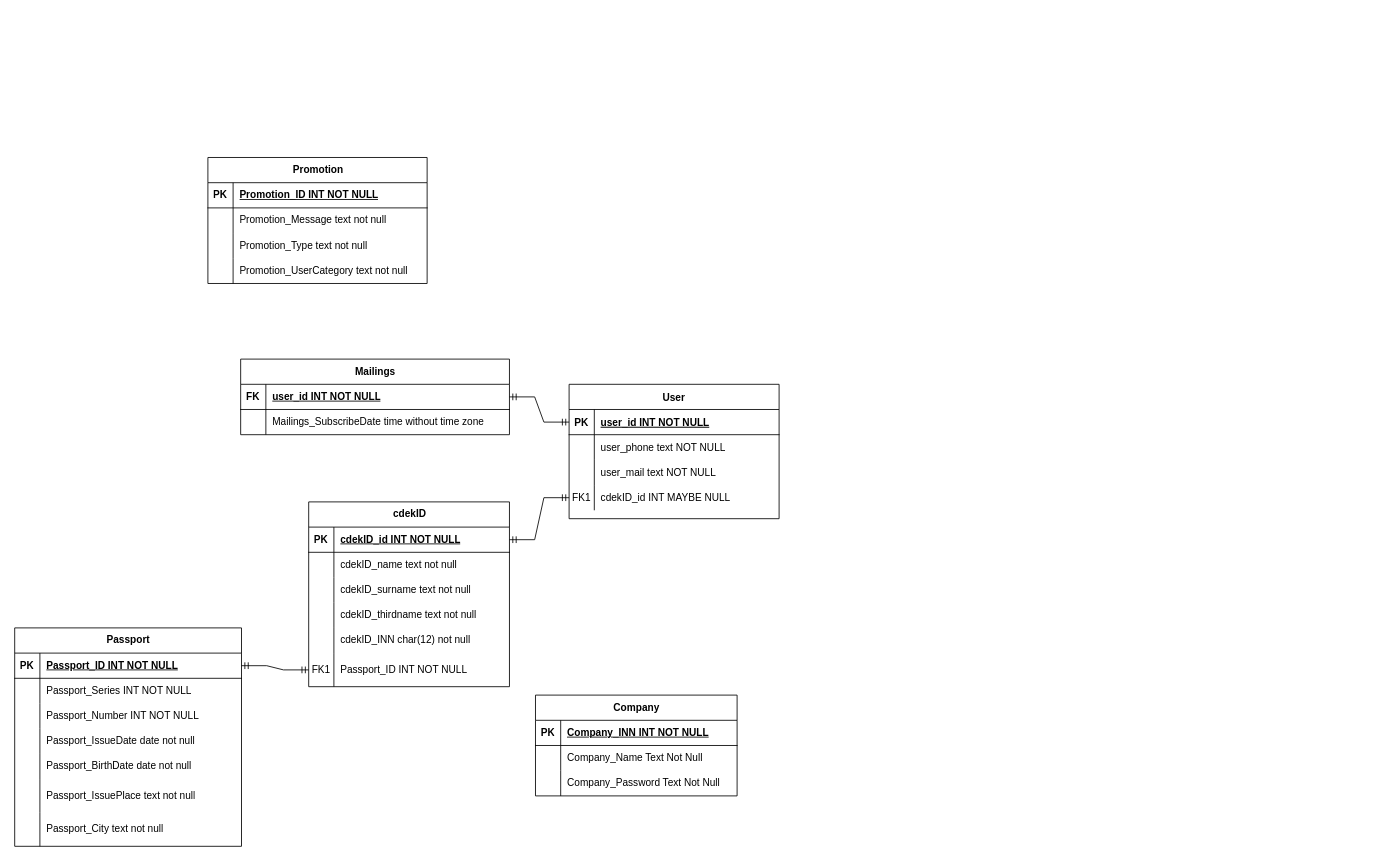
Before: CDEK ER.drawio in krbyhome/UMLdiagrams, a draw.io diagram. Source tidied: cells renumbered, new cells numbered last; positions are measured from the earlier drawing's top-left corner, leaving out a move shared by most shapes. Both pictures are drawn from the tidied source at 84%, with x=0, y=0 at pixel (14, 157).
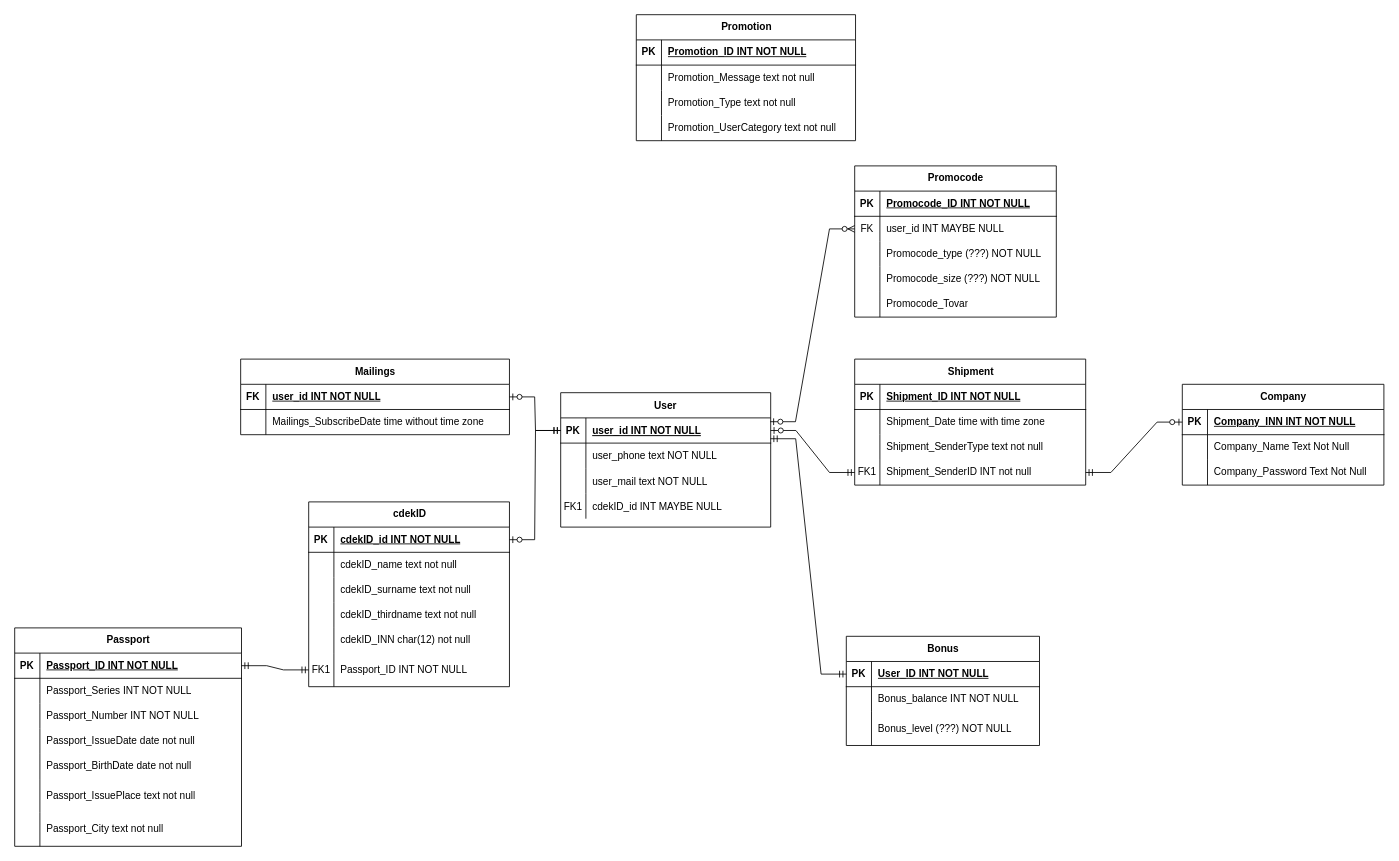
After the change.

The change refers to these unchanged cells:
```xml
<mxCell id="3" style="shape=partialRectangle;fillColor=none;points=[[0,0.5],[1,0.5]];portConstraint=eastwest;top=0;left=0;right=0;bottom=1;" parent="2" vertex="1">
  <mxGeometry y="30" width="250" height="30" as="geometry" />
</mxCell>
<mxCell id="12" style="shape=partialRectangle;fillColor=none;points=[[0,0.5],[1,0.5]];portConstraint=eastwest;top=0;left=0;right=0;bottom=0;" parent="2" vertex="1">
  <mxGeometry y="120" width="250" height="30" as="geometry" />
</mxCell>
<mxCell id="17" style="shape=tableRow;horizontal=0;startSize=0;swimlaneHead=0;swimlaneBody=0;fillColor=none;points=[[0,0.5],[1,0.5]];portConstraint=eastwest;top=0;left=0;right=0;bottom=1;" parent="16" vertex="1">
  <mxGeometry y="30" width="239" height="30" as="geometry" />
</mxCell>
<mxCell id="59" style="shape=tableRow;horizontal=0;startSize=0;swimlaneHead=0;swimlaneBody=0;fillColor=none;points=[[0,0.5],[1,0.5]];portConstraint=eastwest;top=0;left=0;right=0;bottom=1;" parent="58" vertex="1">
  <mxGeometry y="30" width="240" height="30" as="geometry" />
</mxCell>
<mxCell id="69" style="shape=tableRow;horizontal=0;startSize=0;swimlaneHead=0;swimlaneBody=0;fillColor=none;points=[[0,0.5],[1,0.5]];portConstraint=eastwest;top=0;left=0;right=0;bottom=1;" parent="68" vertex="1">
  <mxGeometry y="30" width="320" height="30" as="geometry" />
</mxCell>
```

Diff of the diagram source:
```diff
@@
     <mxCell id="2" value="User" style="shape=table;startSize=30;childLayout=tableLayout;rowLines=0;fontStyle=1;align=center;" parent="1" vertex="1">
-      <mxGeometry x="660" y="270" width="250" height="160" as="geometry" />
+      <mxGeometry x="650" y="280" width="250" height="160" as="geometry" />
     </mxCell>
@@
-    <mxCell id="15" style="edgeStyle=entityRelationEdgeStyle;fontSize=12;html=1;endArrow=ERmandOne;startArrow=ERmandOne;rounded=0;entryX=0;entryY=0.5;entryDx=0;entryDy=0;exitX=1;exitY=0.5;exitDx=0;exitDy=0;" parent="1" edge="1" source="17" target="12">
-      <mxGeometry relative="1" as="geometry" />
-    </mxCell>
@@
     <mxCell id="58" value="Company" style="shape=table;startSize=30;childLayout=tableLayout;rowLines=0;fontStyle=1;align=center;html=1;" parent="1" vertex="1">
-      <mxGeometry x="620" y="640" width="240" height="120" as="geometry" />
+      <mxGeometry x="1390" y="270" width="240" height="120" as="geometry" />
     </mxCell>
@@
-    <mxCell id="75" style="edgeStyle=entityRelationEdgeStyle;fontSize=12;html=1;endArrow=ERmandOne;startArrow=ERmandOne;rounded=0;entryX=0;entryY=0.5;entryDx=0;entryDy=0;exitX=1;exitY=0.5;exitDx=0;exitDy=0;" parent="1" edge="1" source="69" target="3">
-      <mxGeometry relative="1" as="geometry" />
-    </mxCell>
     <mxCell id="76" value="Promotion" style="shape=table;startSize=30;childLayout=tableLayout;rowLines=0;fontStyle=1;align=center;html=1;" parent="1" vertex="1">
-      <mxGeometry x="230" width="261" height="150" as="geometry" />
+      <mxGeometry x="740" y="-170" width="261" height="150" as="geometry" />
     </mxCell>
@@
+    <mxCell id="89" value="Promocode" style="shape=table;startSize=30;childLayout=tableLayout;rowLines=0;fontStyle=1;align=center;html=1;" parent="1" vertex="1">
+      <mxGeometry x="1000" y="10" width="240" height="180" as="geometry" />
+    </mxCell>
+    <mxCell id="90" style="shape=tableRow;horizontal=0;startSize=0;swimlaneHead=0;swimlaneBody=0;fillColor=none;top=0;left=0;right=0;bottom=1;" parent="89" vertex="1">
+      <mxGeometry y="30" width="240" height="30" as="geometry" />
+    </mxCell>
+    <mxCell id="91" value="PK" style="shape=partialRectangle;fillColor=none;top=0;left=0;bottom=0;right=0;fontStyle=1;overflow=hidden;whiteSpace=wrap;html=1;" parent="90" vertex="1">
+      <mxGeometry width="30" height="30" as="geometry" />
+    </mxCell>
+    <mxCell id="92" value="Promocode_ID INT NOT NULL" style="shape=partialRectangle;fillColor=none;top=0;left=0;bottom=0;right=0;align=left;spacingLeft=6;fontStyle=5;overflow=hidden;whiteSpace=wrap;html=1;" parent="90" vertex="1">
+      <mxGeometry x="30" width="210" height="30" as="geometry" />
+    </mxCell>
+    <mxCell id="93" style="shape=tableRow;horizontal=0;startSize=0;swimlaneHead=0;swimlaneBody=0;fillColor=none;points=[[0,0.5],[1,0.5]];portConstraint=eastwest;top=0;left=0;right=0;bottom=0;" parent="89" vertex="1">
+      <mxGeometry y="60" width="240" height="30" as="geometry" />
+    </mxCell>
+    <mxCell id="94" value="FK" style="shape=partialRectangle;fillColor=none;top=0;left=0;bottom=0;right=0;overflow=hidden;whiteSpace=wrap;html=1;" parent="93" vertex="1">
+      <mxGeometry width="30" height="30" as="geometry" />
+    </mxCell>
+    <mxCell id="95" value="user_id INT MAYBE NULL" style="shape=partialRectangle;fillColor=none;top=0;left=0;bottom=0;right=0;align=left;spacingLeft=6;overflow=hidden;whiteSpace=wrap;html=1;" parent="93" vertex="1">
+      <mxGeometry x="30" width="210" height="30" as="geometry" />
+    </mxCell>
+    <mxCell id="96" style="shape=tableRow;horizontal=0;startSize=0;swimlaneHead=0;swimlaneBody=0;fillColor=none;top=0;left=0;right=0;bottom=0;" parent="89" vertex="1">
+      <mxGeometry y="90" width="240" height="30" as="geometry" />
+    </mxCell>
+    <mxCell id="97" style="shape=partialRectangle;fillColor=none;top=0;left=0;bottom=0;right=0;overflow=hidden;whiteSpace=wrap;html=1;" parent="96" vertex="1">
+      <mxGeometry width="30" height="30" as="geometry" />
+    </mxCell>
+    <mxCell id="98" value="Promocode_type (???) NOT NULL" style="shape=partialRectangle;fillColor=none;top=0;left=0;bottom=0;right=0;align=left;spacingLeft=6;overflow=hidden;whiteSpace=wrap;html=1;" parent="96" vertex="1">
+      <mxGeometry x="30" width="210" height="30" as="geometry" />
+    </mxCell>
+    <mxCell id="99" style="shape=tableRow;horizontal=0;startSize=0;swimlaneHead=0;swimlaneBody=0;fillColor=none;top=0;left=0;right=0;bottom=0;" parent="89" vertex="1">
+      <mxGeometry y="120" width="240" height="30" as="geometry" />
+    </mxCell>
+    <mxCell id="100" style="shape=partialRectangle;fillColor=none;top=0;left=0;bottom=0;right=0;overflow=hidden;whiteSpace=wrap;html=1;" parent="99" vertex="1">
+      <mxGeometry width="30" height="30" as="geometry" />
+    </mxCell>
+    <mxCell id="101" value="Promocode_size (???) NOT NULL" style="shape=partialRectangle;fillColor=none;top=0;left=0;bottom=0;right=0;align=left;spacingLeft=6;overflow=hidden;whiteSpace=wrap;html=1;" parent="99" vertex="1">
+      <mxGeometry x="30" width="210" height="30" as="geometry" />
+    </mxCell>
+    <mxCell id="102" style="shape=tableRow;horizontal=0;startSize=0;swimlaneHead=0;swimlaneBody=0;fillColor=none;top=0;left=0;right=0;bottom=0;" parent="89" vertex="1">
+      <mxGeometry y="150" width="240" height="30" as="geometry" />
+    </mxCell>
+    <mxCell id="103" style="shape=partialRectangle;fillColor=none;top=0;left=0;bottom=0;right=0;overflow=hidden;whiteSpace=wrap;html=1;" parent="102" vertex="1">
+      <mxGeometry width="30" height="30" as="geometry" />
+    </mxCell>
+    <mxCell id="104" value="Promocode_Tovar" style="shape=partialRectangle;fillColor=none;top=0;left=0;bottom=0;right=0;align=left;spacingLeft=6;overflow=hidden;whiteSpace=wrap;html=1;" parent="102" vertex="1">
+      <mxGeometry x="30" width="210" height="30" as="geometry" />
+    </mxCell>
+    <mxCell id="105" style="edgeStyle=entityRelationEdgeStyle;fontSize=12;html=1;endArrow=ERzeroToMany;startArrow=ERzeroToOne;rounded=0;exitX=0.998;exitY=0.151;exitDx=0;exitDy=0;entryX=0;entryY=0.5;entryDx=0;entryDy=0;exitPerimeter=0;" parent="1" edge="1" source="3" target="93">
+      <mxGeometry relative="1" as="geometry">
+        <Array as="points">
+          <mxPoint x="920" y="305" />
+          <mxPoint x="1060" y="425" />
+          <mxPoint x="1110" y="365" />
+        </Array>
+      </mxGeometry>
+    </mxCell>
+    <mxCell id="106" value="Bonus" style="shape=table;startSize=30;childLayout=tableLayout;rowLines=0;fontStyle=1;align=center;html=1;" parent="1" vertex="1">
+      <mxGeometry x="990" y="570" width="230" height="130" as="geometry" />
+    </mxCell>
+    <mxCell id="107" style="shape=tableRow;horizontal=0;startSize=0;swimlaneHead=0;swimlaneBody=0;fillColor=none;points=[[0,0.5],[1,0.5]];portConstraint=eastwest;top=0;left=0;right=0;bottom=1;" parent="106" vertex="1">
+      <mxGeometry y="30" width="230" height="30" as="geometry" />
+    </mxCell>
+    <mxCell id="108" value="PK" style="shape=partialRectangle;fillColor=none;top=0;left=0;bottom=0;right=0;fontStyle=1;overflow=hidden;whiteSpace=wrap;html=1;" parent="107" vertex="1">
+      <mxGeometry width="30" height="30" as="geometry" />
+    </mxCell>
+    <mxCell id="109" value="User_ID INT NOT NULL" style="shape=partialRectangle;fillColor=none;top=0;left=0;bottom=0;right=0;align=left;spacingLeft=6;fontStyle=5;overflow=hidden;whiteSpace=wrap;html=1;" parent="107" vertex="1">
+      <mxGeometry x="30" width="200" height="30" as="geometry" />
+    </mxCell>
+    <mxCell id="110" style="shape=tableRow;horizontal=0;startSize=0;swimlaneHead=0;swimlaneBody=0;fillColor=none;top=0;left=0;right=0;bottom=0;" parent="106" vertex="1">
+      <mxGeometry y="60" width="230" height="30" as="geometry" />
+    </mxCell>
+    <mxCell id="111" style="shape=partialRectangle;fillColor=none;top=0;left=0;bottom=0;right=0;overflow=hidden;whiteSpace=wrap;html=1;" parent="110" vertex="1">
+      <mxGeometry width="30" height="30" as="geometry" />
+    </mxCell>
+    <mxCell id="112" value="Bonus_balance INT NOT NULL" style="shape=partialRectangle;fillColor=none;top=0;left=0;bottom=0;right=0;align=left;spacingLeft=6;overflow=hidden;whiteSpace=wrap;html=1;" parent="110" vertex="1">
+      <mxGeometry x="30" width="200" height="30" as="geometry" />
+    </mxCell>
+    <mxCell id="113" style="shape=tableRow;horizontal=0;startSize=0;swimlaneHead=0;swimlaneBody=0;fillColor=none;top=0;left=0;right=0;bottom=0;" parent="106" vertex="1">
+      <mxGeometry y="90" width="230" height="40" as="geometry" />
+    </mxCell>
+    <mxCell id="114" style="shape=partialRectangle;fillColor=none;top=0;left=0;bottom=0;right=0;overflow=hidden;whiteSpace=wrap;html=1;" parent="113" vertex="1">
+      <mxGeometry width="30" height="40" as="geometry" />
+    </mxCell>
+    <mxCell id="115" value="Bonus_level (???) NOT NULL" style="shape=partialRectangle;fillColor=none;top=0;left=0;bottom=0;right=0;align=left;spacingLeft=6;overflow=hidden;whiteSpace=wrap;html=1;" parent="113" vertex="1">
+      <mxGeometry x="30" width="200" height="40" as="geometry" />
+    </mxCell>
+    <mxCell id="116" style="edgeStyle=entityRelationEdgeStyle;fontSize=12;html=1;endArrow=ERmandOne;startArrow=ERmandOne;rounded=0;entryX=0;entryY=0.5;entryDx=0;entryDy=0;exitX=0.999;exitY=0.827;exitDx=0;exitDy=0;exitPerimeter=0;" parent="1" edge="1" source="3" target="107">
+      <mxGeometry relative="1" as="geometry" />
+    </mxCell>
+    <mxCell id="117" style="edgeStyle=entityRelationEdgeStyle;fontSize=12;html=1;endArrow=ERzeroToOne;startArrow=ERmandOne;rounded=0;entryX=1;entryY=0.5;entryDx=0;entryDy=0;exitX=0;exitY=0.5;exitDx=0;exitDy=0;" parent="1" edge="1" source="3" target="17">
+      <mxGeometry relative="1" as="geometry" />
+    </mxCell>
+    <mxCell id="118" style="edgeStyle=entityRelationEdgeStyle;fontSize=12;html=1;endArrow=ERzeroToOne;startArrow=ERmandOne;rounded=0;entryX=1;entryY=0.5;entryDx=0;entryDy=0;exitX=0;exitY=0.5;exitDx=0;exitDy=0;" parent="1" edge="1" source="3" target="69">
+      <mxGeometry relative="1" as="geometry" />
+    </mxCell>
+    <mxCell id="119" value="Shipment" style="shape=table;startSize=30;childLayout=tableLayout;rowLines=0;fontStyle=1;align=center;html=1;" parent="1" vertex="1">
+      <mxGeometry x="1000" y="240" width="275" height="150" as="geometry" />
+    </mxCell>
+    <mxCell id="120" style="shape=tableRow;horizontal=0;startSize=0;swimlaneHead=0;swimlaneBody=0;fillColor=none;top=0;left=0;right=0;bottom=1;" parent="119" vertex="1">
+      <mxGeometry y="30" width="275" height="30" as="geometry" />
+    </mxCell>
+    <mxCell id="121" value="PK" style="shape=partialRectangle;fillColor=none;top=0;left=0;bottom=0;right=0;fontStyle=1;overflow=hidden;whiteSpace=wrap;html=1;" parent="120" vertex="1">
+      <mxGeometry width="30" height="30" as="geometry" />
+    </mxCell>
+    <mxCell id="122" value="Shipment_ID INT NOT NULL" style="shape=partialRectangle;fillColor=none;top=0;left=0;bottom=0;right=0;align=left;spacingLeft=6;fontStyle=5;overflow=hidden;whiteSpace=wrap;html=1;" parent="120" vertex="1">
+      <mxGeometry x="30" width="245" height="30" as="geometry" />
+    </mxCell>
+    <mxCell id="123" style="shape=tableRow;horizontal=0;startSize=0;swimlaneHead=0;swimlaneBody=0;fillColor=none;top=0;left=0;right=0;bottom=0;" parent="119" vertex="1">
+      <mxGeometry y="60" width="275" height="30" as="geometry" />
+    </mxCell>
+    <mxCell id="124" style="shape=partialRectangle;fillColor=none;top=0;left=0;bottom=0;right=0;overflow=hidden;whiteSpace=wrap;html=1;" parent="123" vertex="1">
+      <mxGeometry width="30" height="30" as="geometry" />
+    </mxCell>
+    <mxCell id="125" value="Shipment_Date time with time zone" style="shape=partialRectangle;fillColor=none;top=0;left=0;bottom=0;right=0;align=left;spacingLeft=6;overflow=hidden;whiteSpace=wrap;html=1;" parent="123" vertex="1">
+      <mxGeometry x="30" width="245" height="30" as="geometry" />
+    </mxCell>
+    <mxCell id="126" style="shape=tableRow;horizontal=0;startSize=0;swimlaneHead=0;swimlaneBody=0;fillColor=none;top=0;left=0;right=0;bottom=0;" parent="119" vertex="1">
+      <mxGeometry y="90" width="275" height="30" as="geometry" />
+    </mxCell>
+    <mxCell id="127" style="shape=partialRectangle;fillColor=none;top=0;left=0;bottom=0;right=0;overflow=hidden;whiteSpace=wrap;html=1;" parent="126" vertex="1">
+      <mxGeometry width="30" height="30" as="geometry" />
+    </mxCell>
+    <mxCell id="128" value="Shipment_SenderType text not null" style="shape=partialRectangle;fillColor=none;top=0;left=0;bottom=0;right=0;align=left;spacingLeft=6;overflow=hidden;whiteSpace=wrap;html=1;" parent="126" vertex="1">
+      <mxGeometry x="30" width="245" height="30" as="geometry" />
+    </mxCell>
+    <mxCell id="129" style="shape=tableRow;horizontal=0;startSize=0;swimlaneHead=0;swimlaneBody=0;fillColor=none;points=[[0,0.5],[1,0.5]];portConstraint=eastwest;top=0;left=0;right=0;bottom=0;" parent="119" vertex="1">
+      <mxGeometry y="120" width="275" height="30" as="geometry" />
+    </mxCell>
+    <mxCell id="130" value="FK1" style="shape=partialRectangle;fillColor=none;top=0;left=0;bottom=0;right=0;overflow=hidden;whiteSpace=wrap;html=1;" parent="129" vertex="1">
+      <mxGeometry width="30" height="30" as="geometry" />
+    </mxCell>
+    <mxCell id="131" value="Shipment_SenderID INT not null" style="shape=partialRectangle;fillColor=none;top=0;left=0;bottom=0;right=0;align=left;spacingLeft=6;overflow=hidden;whiteSpace=wrap;html=1;" parent="129" vertex="1">
+      <mxGeometry x="30" width="245" height="30" as="geometry" />
+    </mxCell>
+    <mxCell id="132" style="edgeStyle=entityRelationEdgeStyle;fontSize=12;html=1;endArrow=ERzeroToOne;startArrow=ERmandOne;rounded=0;exitX=0;exitY=0.5;exitDx=0;exitDy=0;entryX=1;entryY=0.5;entryDx=0;entryDy=0;" parent="1" edge="1" source="129" target="3">
+      <mxGeometry relative="1" as="geometry" />
+    </mxCell>
+    <mxCell id="133" style="edgeStyle=entityRelationEdgeStyle;fontSize=12;html=1;endArrow=ERzeroToOne;startArrow=ERmandOne;rounded=0;exitX=1;exitY=0.5;exitDx=0;exitDy=0;entryX=0;entryY=0.5;entryDx=0;entryDy=0;" parent="1" edge="1" source="129" target="59">
+      <mxGeometry relative="1" as="geometry" />
+    </mxCell>
```
